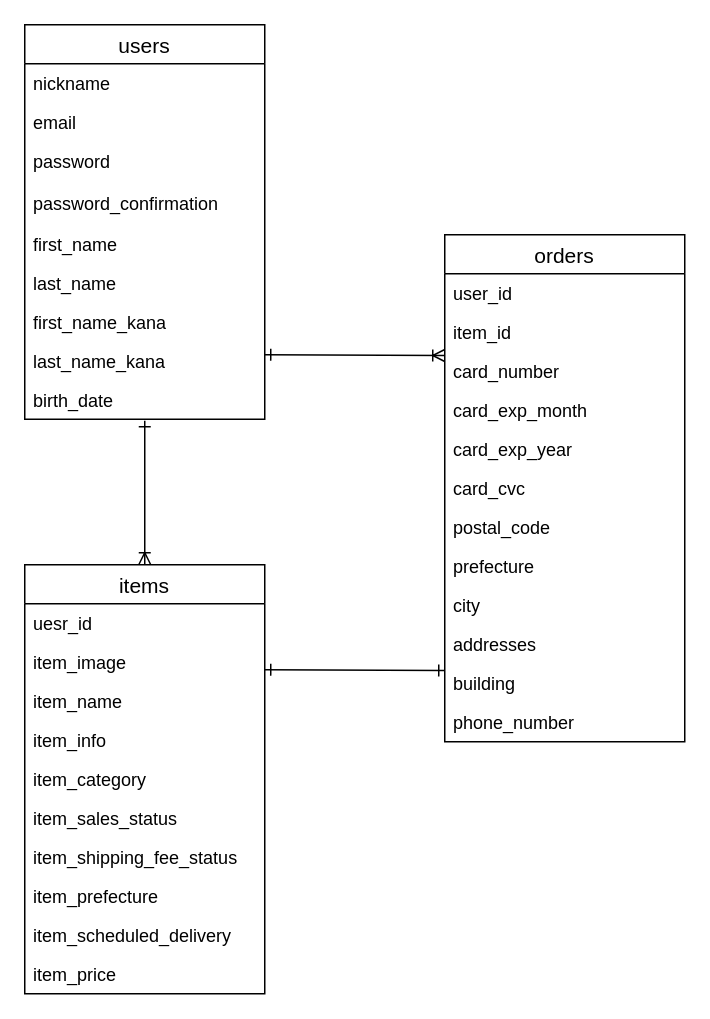
Before: app/models/ER.dio in kentaroupstream/furima-29337, a draw.io diagram. Source tidied: cells renumbered, new cells numbered last; positions are measured from the earlier drawing's top-left corner, leaving out a move shared by most shapes. Both pictures are drawn from the tidied source at 150%, with x=0, y=0 at pixel (24, 24).
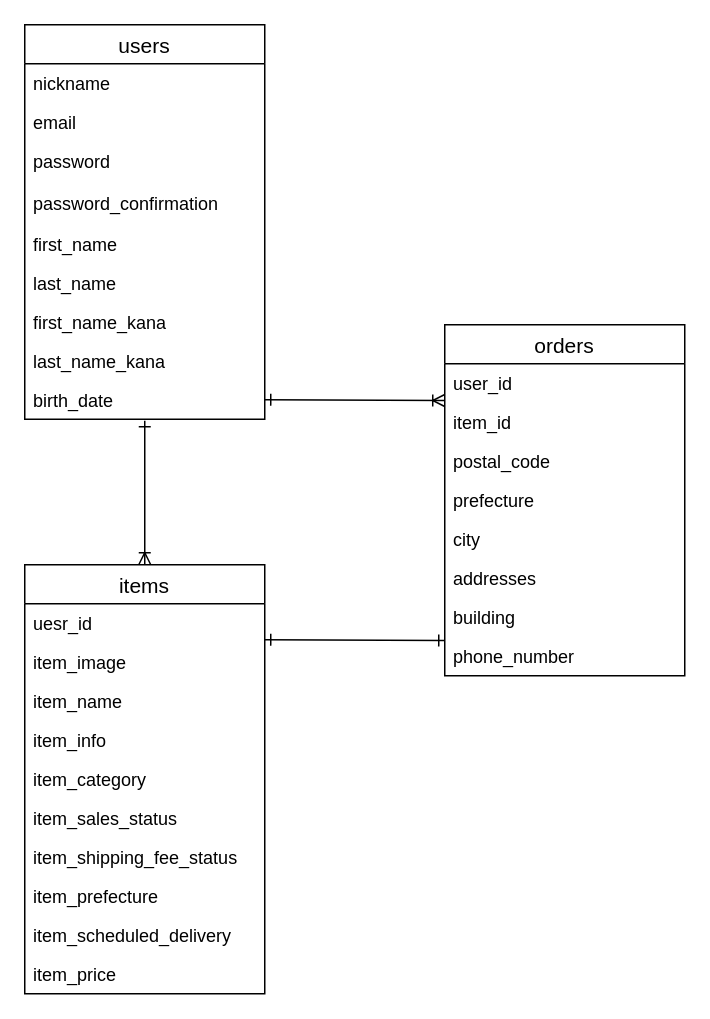
After the change.

Commit message (it also covers changes not shown here):
クレジット情報の削除

What changed in the source:
```diff
@@
     <mxCell id="12" style="endArrow=ERoneToMany;html=1;rounded=0;startArrow=ERone;startFill=0;endFill=0;" parent="1" edge="1">
       <mxGeometry relative="1" as="geometry">
-        <mxPoint x="160" y="220" as="sourcePoint" />
-        <mxPoint x="280" y="220.5" as="targetPoint" />
+        <mxPoint x="160" y="250" as="sourcePoint" />
+        <mxPoint x="280" y="250.5" as="targetPoint" />
       </mxGeometry>
     </mxCell>
@@
     <mxCell id="25" style="endArrow=ERone;html=1;rounded=0;startArrow=ERone;startFill=0;endFill=0;" parent="1" edge="1">
       <mxGeometry relative="1" as="geometry">
-        <mxPoint x="160" y="430" as="sourcePoint" />
-        <mxPoint x="280" y="430.5" as="targetPoint" />
+        <mxPoint x="160" y="410" as="sourcePoint" />
+        <mxPoint x="280" y="410.5" as="targetPoint" />
       </mxGeometry>
     </mxCell>
     <mxCell id="26" value="orders" style="swimlane;fontStyle=0;horizontal=1;startSize=26;align=center;fontSize=14;" parent="1" vertex="1">
-      <mxGeometry x="280" y="140" width="160" height="338" as="geometry" />
+      <mxGeometry x="280" y="200" width="160" height="234" as="geometry" />
     </mxCell>
@@
-    <mxCell id="29" value="card_number" style="text;strokeColor=none;fillColor=none;spacingLeft=4;spacingRight=4;overflow=hidden;fontSize=12;" parent="26" vertex="1">
-      <mxGeometry y="78" width="160" height="26" as="geometry" />
-    </mxCell>
-    <mxCell id="30" value="card_exp_month" style="text;strokeColor=none;fillColor=none;spacingLeft=4;spacingRight=4;overflow=hidden;fontSize=12;" parent="26" vertex="1">
-      <mxGeometry y="104" width="160" height="26" as="geometry" />
-    </mxCell>
-    <mxCell id="31" value="card_exp_year" style="text;strokeColor=none;fillColor=none;spacingLeft=4;spacingRight=4;overflow=hidden;fontSize=12;" parent="26" vertex="1">
-      <mxGeometry y="130" width="160" height="26" as="geometry" />
-    </mxCell>
-    <mxCell id="32" value="card_cvc" style="text;strokeColor=none;fillColor=none;spacingLeft=4;spacingRight=4;overflow=hidden;fontSize=12;" parent="26" vertex="1">
-      <mxGeometry y="156" width="160" height="26" as="geometry" />
-    </mxCell>
     <mxCell id="33" value="postal_code" style="text;strokeColor=none;fillColor=none;spacingLeft=4;spacingRight=4;overflow=hidden;fontSize=12;" parent="26" vertex="1">
-      <mxGeometry y="182" width="160" height="26" as="geometry" />
+      <mxGeometry y="78" width="160" height="26" as="geometry" />
     </mxCell>
     <mxCell id="34" value="prefecture" style="text;strokeColor=none;fillColor=none;spacingLeft=4;spacingRight=4;overflow=hidden;fontSize=12;" parent="26" vertex="1">
-      <mxGeometry y="208" width="160" height="26" as="geometry" />
+      <mxGeometry y="104" width="160" height="26" as="geometry" />
     </mxCell>
     <mxCell id="35" value="city" style="text;strokeColor=none;fillColor=none;spacingLeft=4;spacingRight=4;overflow=hidden;fontSize=12;" parent="26" vertex="1">
-      <mxGeometry y="234" width="160" height="26" as="geometry" />
+      <mxGeometry y="130" width="160" height="26" as="geometry" />
     </mxCell>
     <mxCell id="36" value="addresses" style="text;strokeColor=none;fillColor=none;spacingLeft=4;spacingRight=4;overflow=hidden;fontSize=12;" parent="26" vertex="1">
-      <mxGeometry y="260" width="160" height="26" as="geometry" />
+      <mxGeometry y="156" width="160" height="26" as="geometry" />
     </mxCell>
     <mxCell id="37" value="building" style="text;strokeColor=none;fillColor=none;spacingLeft=4;spacingRight=4;overflow=hidden;fontSize=12;" parent="26" vertex="1">
-      <mxGeometry y="286" width="160" height="26" as="geometry" />
+      <mxGeometry y="182" width="160" height="26" as="geometry" />
     </mxCell>
     <mxCell id="38" value="phone_number" style="text;strokeColor=none;fillColor=none;spacingLeft=4;spacingRight=4;overflow=hidden;fontSize=12;" parent="26" vertex="1">
-      <mxGeometry y="312" width="160" height="26" as="geometry" />
+      <mxGeometry y="208" width="160" height="26" as="geometry" />
     </mxCell>
```
